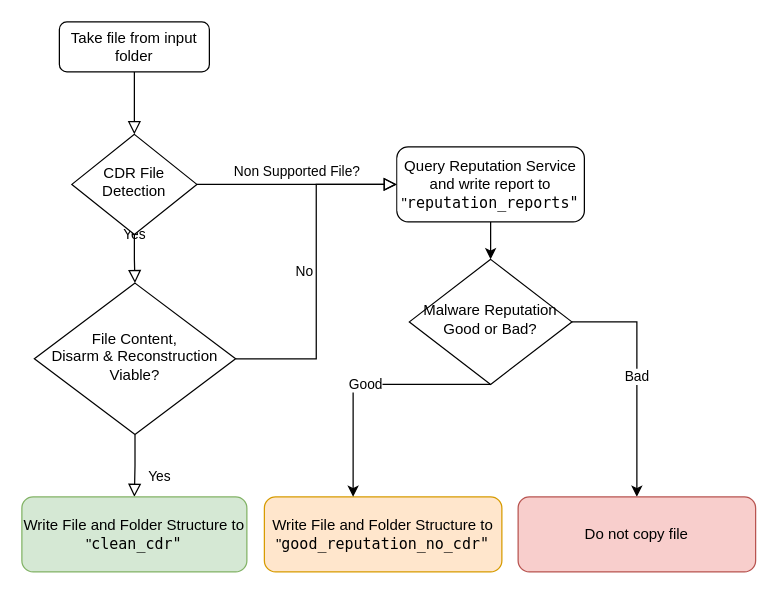
This is images/Flowchart.drawio from gw-engineering/community-gw-cdr-and-reputation-check, a draw.io file, before an edit. Source tidied: cells renumbered, new cells numbered last; positions are measured from the earlier drawing's top-left corner, leaving out a move shared by most shapes. Both pictures are drawn from the tidied source at 125%, with x=0, y=0 at pixel (21, 21).
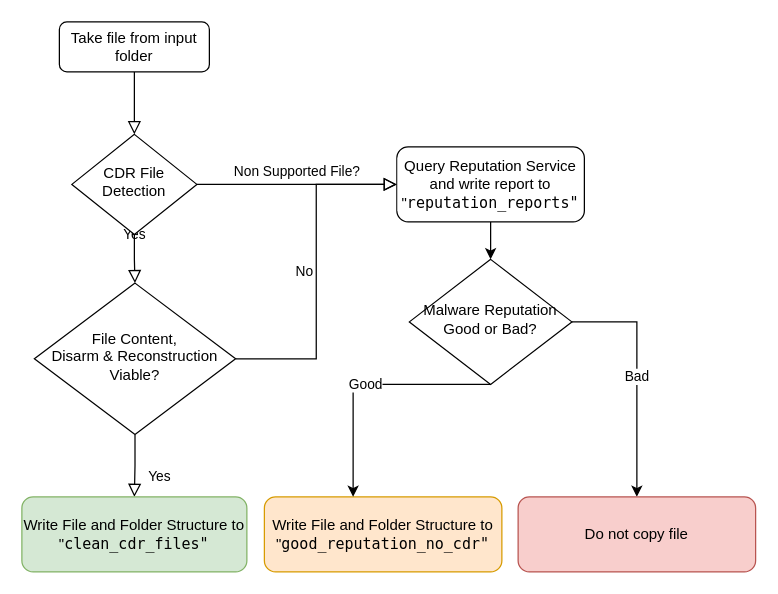
The same page after the edit.

The edit, as a diff of the source:
```diff
@@
 <mxGraphModel>
   <root>
     <mxCell id="0" />
     <mxCell id="1" parent="0" />
     <mxCell id="2" style="rounded=0;html=1;jettySize=auto;fontSize=11;endArrow=block;endFill=0;endSize=8;strokeWidth=1;shadow=0;labelBackgroundColor=none;edgeStyle=orthogonalEdgeStyle;" parent="1" edge="1" source="3" target="6">
       <mxGeometry relative="1" as="geometry" />
     </mxCell>
     <mxCell id="3" value="Take file from input folder" style="rounded=1;whiteSpace=wrap;html=1;fontSize=12;glass=0;strokeWidth=1;shadow=0;" parent="1" vertex="1">
       <mxGeometry x="30" width="120" height="40" as="geometry" />
     </mxCell>
     <mxCell id="4" value="Yes" style="rounded=0;html=1;jettySize=auto;fontSize=11;endArrow=block;endFill=0;endSize=8;strokeWidth=1;shadow=0;labelBackgroundColor=none;edgeStyle=orthogonalEdgeStyle;" parent="1" edge="1" source="6" target="9">
       <mxGeometry y="20" relative="1" as="geometry" />
     </mxCell>
     <mxCell id="5" value="Non Supported File?" style="edgeStyle=orthogonalEdgeStyle;rounded=0;html=1;jettySize=auto;fontSize=11;endArrow=block;endFill=0;endSize=8;strokeWidth=1;shadow=0;labelBackgroundColor=none;entryX=0;entryY=0.5;entryDx=0;entryDy=0;" parent="1" edge="1" source="6" target="13">
       <mxGeometry y="10" relative="1" as="geometry" />
     </mxCell>
     <mxCell id="6" value="CDR File Detection" style="rhombus;whiteSpace=wrap;html=1;shadow=0;fontFamily=Helvetica;fontSize=12;align=center;strokeWidth=1;spacing=6;spacingTop=-4;" parent="1" vertex="1">
       <mxGeometry x="40" y="90" width="100" height="80" as="geometry" />
     </mxCell>
     <mxCell id="7" value="Yes" style="rounded=0;html=1;jettySize=auto;fontSize=11;endArrow=block;endFill=0;endSize=8;strokeWidth=1;shadow=0;labelBackgroundColor=none;edgeStyle=orthogonalEdgeStyle;" parent="1" edge="1" source="9" target="10">
       <mxGeometry x="0.33" y="20" relative="1" as="geometry" />
     </mxCell>
     <mxCell id="8" value="No&lt;br&gt;" style="edgeStyle=orthogonalEdgeStyle;rounded=0;html=1;jettySize=auto;fontSize=11;endArrow=block;endFill=0;endSize=8;strokeWidth=1;shadow=0;labelBackgroundColor=none;entryX=0;entryY=0.5;entryDx=0;entryDy=0;" parent="1" edge="1" source="9" target="13">
       <mxGeometry y="10" relative="1" as="geometry" />
     </mxCell>
     <mxCell id="9" value="File Content, &lt;br&gt;Disarm &amp;amp; Reconstruction Viable?" style="rhombus;whiteSpace=wrap;html=1;shadow=0;fontFamily=Helvetica;fontSize=12;align=center;strokeWidth=1;spacing=6;spacingTop=-4;" parent="1" vertex="1">
       <mxGeometry x="10" y="209" width="161" height="121" as="geometry" />
     </mxCell>
-    <mxCell id="10" value="Write File and Folder Structure to &quot;&lt;span style=&quot;font-family: Menlo, Monaco, &amp;quot;Courier New&amp;quot;, monospace; text-align: start;&quot;&gt;clean_cdr&quot;&lt;/span&gt;" style="rounded=1;whiteSpace=wrap;html=1;fontSize=12;glass=0;strokeWidth=1;shadow=0;labelBackgroundColor=none;fillColor=#d5e8d4;strokeColor=#82b366;" parent="1" vertex="1">
+    <mxCell id="10" value="Write File and Folder Structure to &quot;&lt;span style=&quot;font-family: Menlo, Monaco, &amp;quot;Courier New&amp;quot;, monospace; text-align: start;&quot;&gt;clean_cdr_files&quot;&lt;/span&gt;" style="rounded=1;whiteSpace=wrap;html=1;fontSize=12;glass=0;strokeWidth=1;shadow=0;labelBackgroundColor=none;fillColor=#d5e8d4;strokeColor=#82b366;" parent="1" vertex="1">
       <mxGeometry y="380" width="180" height="60" as="geometry" />
     </mxCell>
     <mxCell id="11" value="Write File and Folder Structure to &quot;&lt;span style=&quot;font-family: Menlo, Monaco, &amp;quot;Courier New&amp;quot;, monospace; text-align: start;&quot;&gt;good_reputation_no_cdr&lt;/span&gt;&lt;span style=&quot;font-family: Menlo, Monaco, &amp;quot;Courier New&amp;quot;, monospace; text-align: start;&quot;&gt;&quot;&lt;/span&gt;" style="rounded=1;whiteSpace=wrap;html=1;fontSize=12;glass=0;strokeWidth=1;shadow=0;labelBackgroundColor=none;fillColor=#ffe6cc;strokeColor=#d79b00;" parent="1" vertex="1">
       <mxGeometry x="194" y="380" width="190" height="60" as="geometry" />
     </mxCell>
     <mxCell id="12" style="edgeStyle=orthogonalEdgeStyle;rounded=0;jettySize=auto;html=1;exitX=0.5;exitY=1;exitDx=0;exitDy=0;fontColor=#000000;" parent="1" edge="1" source="13" target="16">
       <mxGeometry relative="1" as="geometry" />
     </mxCell>
     <mxCell id="13" value="Query Reputation Service and write report to &quot;&lt;span style=&quot;font-family: Menlo, Monaco, &amp;quot;Courier New&amp;quot;, monospace; text-align: start;&quot;&gt;reputation_reports&quot;&lt;br&gt;&lt;/span&gt;" style="rounded=1;whiteSpace=wrap;html=1;fontSize=12;glass=0;strokeWidth=1;shadow=0;fontColor=#000000;labelBackgroundColor=default;strokeColor=#000000;" parent="1" vertex="1">
       <mxGeometry x="300" y="100" width="150" height="60" as="geometry" />
     </mxCell>
     <mxCell id="14" value="Good" style="edgeStyle=orthogonalEdgeStyle;rounded=0;jettySize=auto;html=1;exitX=0.5;exitY=1;exitDx=0;exitDy=0;fontColor=#000000;" parent="1" edge="1" source="16" target="11">
       <mxGeometry relative="1" as="geometry">
         <Array as="points">
           <mxPoint x="265" y="290" />
         </Array>
       </mxGeometry>
     </mxCell>
     <mxCell id="15" value="Bad" style="edgeStyle=orthogonalEdgeStyle;rounded=0;jettySize=auto;html=1;exitX=1;exitY=0.5;exitDx=0;exitDy=0;fontColor=#000000;" parent="1" edge="1" source="16" target="17">
       <mxGeometry relative="1" as="geometry" />
     </mxCell>
     <mxCell id="16" value="Malware Reputation Good or Bad?" style="rhombus;whiteSpace=wrap;html=1;shadow=0;fontFamily=Helvetica;fontSize=12;align=center;strokeWidth=1;spacing=6;spacingTop=-4;" parent="1" vertex="1">
       <mxGeometry x="310" y="190" width="130" height="100" as="geometry" />
     </mxCell>
     <mxCell id="17" value="Do not copy file" style="rounded=1;whiteSpace=wrap;html=1;fontSize=12;glass=0;strokeWidth=1;shadow=0;labelBackgroundColor=none;fillColor=#f8cecc;strokeColor=#b85450;" parent="1" vertex="1">
       <mxGeometry x="397" y="380" width="190" height="60" as="geometry" />
     </mxCell>
   </root>
 </mxGraphModel>
```
